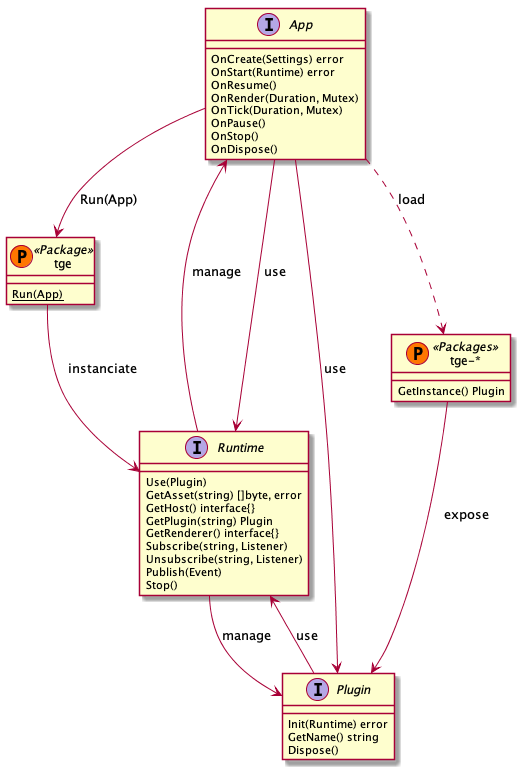
This is specs/api.png from Thommil/tge, a PlantUML export, as it was before one commit.
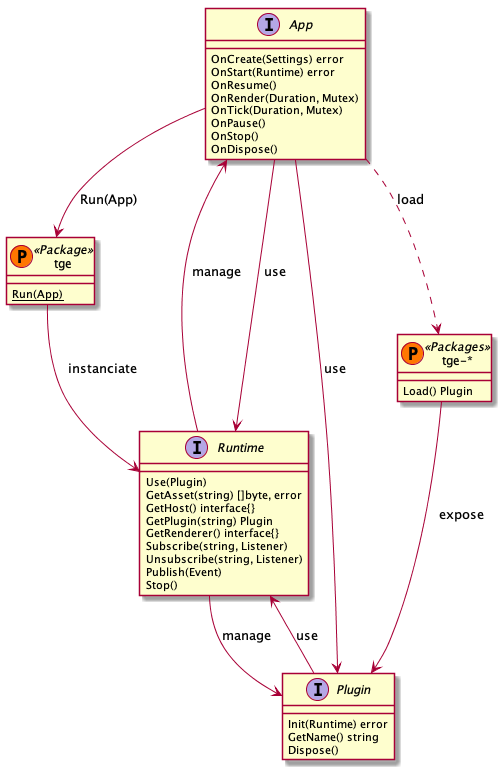
Above is the later version.

What changed in the source:
```diff
@@ -33,7 +33,7 @@
 }
 
 class "tge-*" << (P,#FF7700) Packages >> {
-    GetInstance() Plugin
+    Load() Plugin
 }
 
 App --> tge : Run(App)
```
